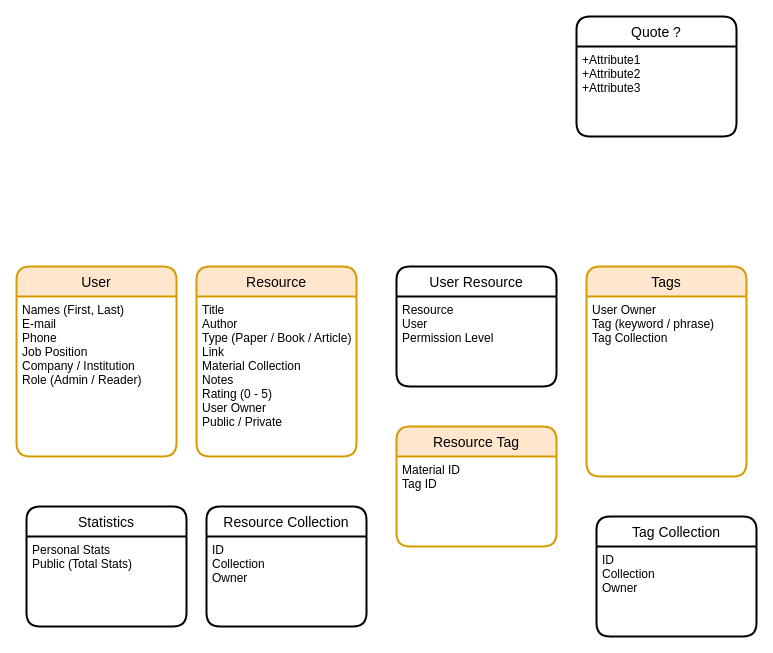
tedypav/FlaskCourse_OnlinePersonalLibrary keeps this draw.io diagram as Project_Diagrams.drawio. Above is the earlier version. Source tidied: cells renumbered, new cells numbered last; positions are measured from the earlier drawing's top-left corner, leaving out a move shared by most shapes. Both pictures are drawn from the tidied source at 100%, with x=0, y=0 at pixel (16, 16).
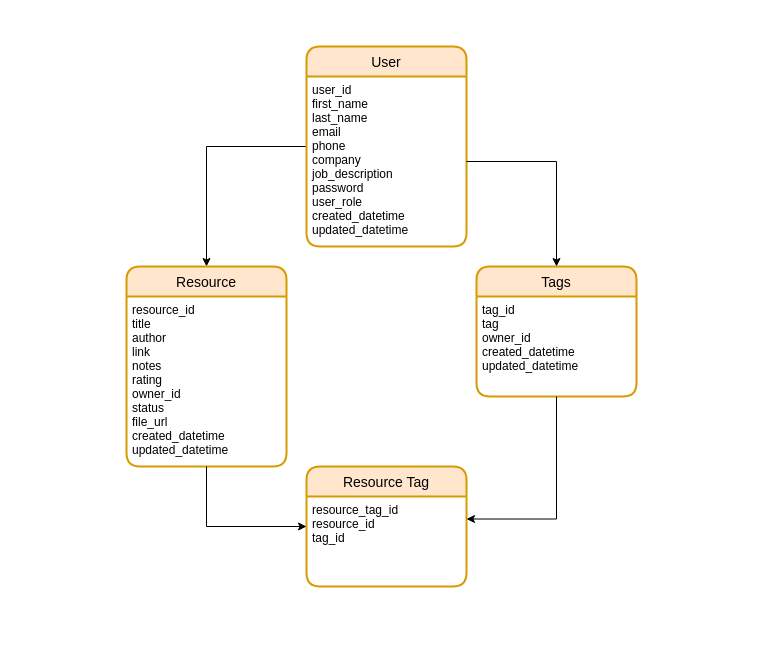
Above is the later version.

What changed in the source:
```diff
@@
+    <mxCell id="21" style="edgeStyle=orthogonalEdgeStyle;rounded=0;jettySize=auto;html=1;entryX=0.5;entryY=0;entryDx=0;entryDy=0;" parent="1" edge="1" source="2" target="5">
+      <mxGeometry relative="1" as="geometry" />
+    </mxCell>
     <mxCell id="2" value="User" style="swimlane;horizontal=1;startSize=30;rounded=1;fontSize=14;fontStyle=0;strokeWidth=2;shadow=0;dashed=0;align=center;fillColor=#ffe6cc;strokeColor=#d79b00;" parent="1" vertex="1">
-      <mxGeometry y="250" width="160" height="190" as="geometry" />
+      <mxGeometry x="290" y="30" width="160" height="200" as="geometry" />
     </mxCell>
-    <mxCell id="3" value="Names (First, Last)&#10;E-mail&#10;Phone&#10;Job Position&#10;Company / Institution&#10;Role (Admin / Reader)" style="align=left;strokeColor=none;fillColor=none;spacingLeft=4;fontSize=12;verticalAlign=top;" parent="2" vertex="1">
-      <mxGeometry y="30" width="160" height="160" as="geometry" />
+    <mxCell id="3" value="user_id&#10;first_name&#10;last_name&#10;email&#10;phone&#10;company&#10;job_description&#10;password&#10;user_role&#10;created_datetime&#10;updated_datetime" style="align=left;strokeColor=none;fillColor=none;spacingLeft=4;fontSize=12;verticalAlign=top;" parent="2" vertex="1">
+      <mxGeometry y="30" width="160" height="170" as="geometry" />
     </mxCell>
@@
     <mxCell id="5" value="Resource" style="swimlane;horizontal=1;startSize=30;rounded=1;fontSize=14;fontStyle=0;strokeWidth=2;shadow=0;dashed=0;align=center;fillColor=#ffe6cc;strokeColor=#d79b00;" parent="1" vertex="1">
-      <mxGeometry x="180" y="250" width="160" height="190" as="geometry" />
+      <mxGeometry x="110" y="250" width="160" height="200" as="geometry" />
     </mxCell>
-    <mxCell id="6" value="Title&#10;Author&#10;Type (Paper / Book / Article)&#10;Link&#10;Material Collection&#10;Notes&#10;Rating (0 - 5)&#10;User Owner&#10;Public / Private" style="align=left;strokeColor=none;fillColor=none;spacingLeft=4;fontSize=12;verticalAlign=top;" parent="5" vertex="1">
-      <mxGeometry y="30" width="160" height="160" as="geometry" />
+    <mxCell id="6" value="resource_id&#10;title&#10;author&#10;link&#10;notes&#10;rating&#10;owner_id&#10;status&#10;file_url&#10;created_datetime&#10;updated_datetime" style="align=left;strokeColor=none;fillColor=none;spacingLeft=4;fontSize=12;verticalAlign=top;" parent="5" vertex="1">
+      <mxGeometry y="30" width="160" height="170" as="geometry" />
     </mxCell>
-    <mxCell id="7" value="Quote ?" style="swimlane;horizontal=1;startSize=30;rounded=1;fontSize=14;fontStyle=0;strokeWidth=2;shadow=0;dashed=0;align=center;" parent="1" vertex="1">
-      <mxGeometry x="560" width="160" height="120" as="geometry" />
-    </mxCell>
-    <mxCell id="8" value="+Attribute1&#10;+Attribute2&#10;+Attribute3" style="align=left;strokeColor=none;fillColor=none;spacingLeft=4;fontSize=12;verticalAlign=top;" parent="7" vertex="1">
-      <mxGeometry y="30" width="160" height="90" as="geometry" />
-    </mxCell>
     <mxCell id="9" value="Tags" style="swimlane;horizontal=1;startSize=30;rounded=1;fontSize=14;fontStyle=0;strokeWidth=2;shadow=0;dashed=0;align=center;fillColor=#ffe6cc;strokeColor=#d79b00;" parent="1" vertex="1">
-      <mxGeometry x="570" y="250" width="160" height="210" as="geometry" />
+      <mxGeometry x="460" y="250" width="160" height="130" as="geometry" />
     </mxCell>
-    <mxCell id="10" value="User Owner&#10;Tag (keyword / phrase)&#10;Tag Collection" style="align=left;strokeColor=none;fillColor=none;spacingLeft=4;fontSize=12;verticalAlign=top;" parent="9" vertex="1">
-      <mxGeometry y="30" width="160" height="180" as="geometry" />
+    <mxCell id="10" value="tag_id&#10;tag&#10;owner_id&#10;created_datetime&#10;updated_datetime" style="align=left;strokeColor=none;fillColor=none;spacingLeft=4;fontSize=12;verticalAlign=top;" parent="9" vertex="1">
+      <mxGeometry y="30" width="160" height="100" as="geometry" />
     </mxCell>
-    <mxCell id="11" value="User Resource" style="swimlane;horizontal=1;startSize=30;rounded=1;fontSize=14;fontStyle=0;strokeWidth=2;shadow=0;dashed=0;align=center;" parent="1" vertex="1">
-      <mxGeometry x="380" y="250" width="160" height="120" as="geometry" />
-    </mxCell>
-    <mxCell id="12" value="Resource&#10;User&#10;Permission Level" style="align=left;strokeColor=none;fillColor=none;spacingLeft=4;fontSize=12;verticalAlign=top;" parent="11" vertex="1">
-      <mxGeometry y="30" width="160" height="90" as="geometry" />
-    </mxCell>
     <mxCell id="13" value="Resource Tag" style="swimlane;horizontal=1;startSize=30;rounded=1;fontSize=14;fontStyle=0;strokeWidth=2;shadow=0;dashed=0;align=center;fillColor=#ffe6cc;strokeColor=#d79b00;" parent="1" vertex="1">
-      <mxGeometry x="380" y="410" width="160" height="120" as="geometry" />
+      <mxGeometry x="290" y="450" width="160" height="120" as="geometry" />
     </mxCell>
-    <mxCell id="14" value="Material ID&#10;Tag ID" style="align=left;strokeColor=none;fillColor=none;spacingLeft=4;fontSize=12;verticalAlign=top;" parent="13" vertex="1">
+    <mxCell id="14" value="resource_tag_id&#10;resource_id&#10;tag_id" style="align=left;strokeColor=none;fillColor=none;spacingLeft=4;fontSize=12;verticalAlign=top;" parent="13" vertex="1">
       <mxGeometry y="30" width="160" height="90" as="geometry" />
     </mxCell>
-    <mxCell id="15" value="Statistics" style="swimlane;horizontal=1;startSize=30;rounded=1;fontSize=14;fontStyle=0;strokeWidth=2;shadow=0;dashed=0;align=center;" parent="1" vertex="1">
-      <mxGeometry x="10" y="490" width="160" height="120" as="geometry" />
-    </mxCell>
-    <mxCell id="16" value="Personal Stats&#10;Public (Total Stats)" style="align=left;strokeColor=none;fillColor=none;spacingLeft=4;fontSize=12;verticalAlign=top;" parent="15" vertex="1">
-      <mxGeometry y="30" width="160" height="90" as="geometry" />
-    </mxCell>
-    <mxCell id="17" value="Resource Collection" style="swimlane;horizontal=1;startSize=30;rounded=1;fontSize=14;fontStyle=0;strokeWidth=2;shadow=0;dashed=0;align=center;" parent="1" vertex="1">
-      <mxGeometry x="190" y="490" width="160" height="120" as="geometry" />
-    </mxCell>
-    <mxCell id="18" value="ID&#10;Collection&#10;Owner" style="align=left;strokeColor=none;fillColor=none;spacingLeft=4;fontSize=12;verticalAlign=top;" parent="17" vertex="1">
-      <mxGeometry y="30" width="160" height="90" as="geometry" />
-    </mxCell>
-    <mxCell id="19" value="Tag Collection" style="swimlane;horizontal=1;startSize=30;rounded=1;fontSize=14;fontStyle=0;strokeWidth=2;shadow=0;dashed=0;align=center;" parent="1" vertex="1">
-      <mxGeometry x="580" y="500" width="160" height="120" as="geometry" />
-    </mxCell>
-    <mxCell id="20" value="ID&#10;Collection&#10;Owner" style="align=left;strokeColor=none;fillColor=none;spacingLeft=4;fontSize=12;verticalAlign=top;" parent="19" vertex="1">
-      <mxGeometry y="30" width="160" height="90" as="geometry" />
-    </mxCell>
+    <mxCell id="22" style="edgeStyle=orthogonalEdgeStyle;rounded=0;jettySize=auto;html=1;entryX=0;entryY=0.5;entryDx=0;entryDy=0;exitX=0.5;exitY=1;exitDx=0;exitDy=0;" parent="1" edge="1" source="6" target="13">
+      <mxGeometry relative="1" as="geometry" />
+    </mxCell>
+    <mxCell id="23" style="edgeStyle=orthogonalEdgeStyle;rounded=0;jettySize=auto;html=1;entryX=1;entryY=0.25;entryDx=0;entryDy=0;exitX=0.5;exitY=1;exitDx=0;exitDy=0;" parent="1" edge="1" source="10" target="14">
+      <mxGeometry relative="1" as="geometry" />
+    </mxCell>
+    <mxCell id="24" style="edgeStyle=orthogonalEdgeStyle;rounded=0;jettySize=auto;html=1;" parent="1" edge="1" source="3" target="9">
+      <mxGeometry relative="1" as="geometry" />
+    </mxCell>
```
